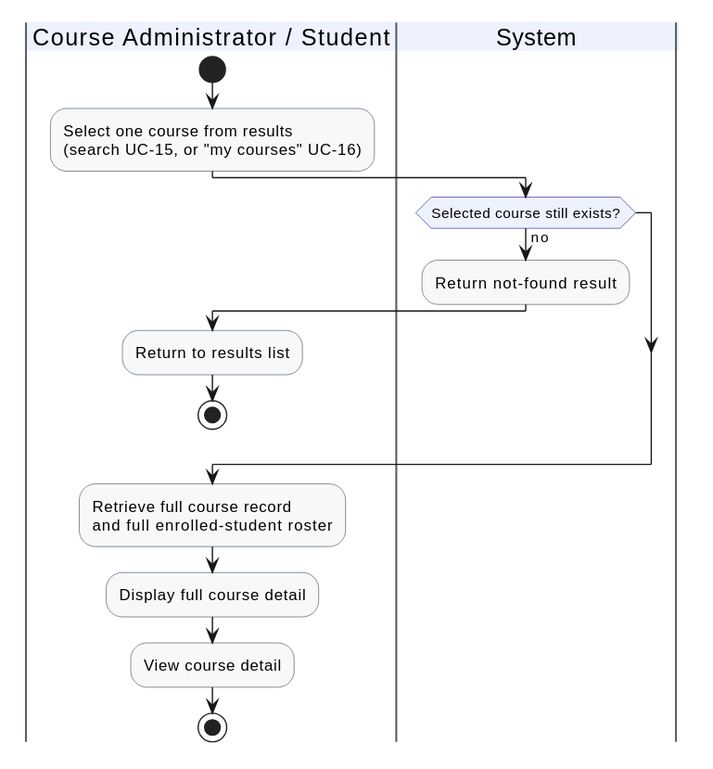
This is docs/BA-docs/activity-diagram-assets/uc19-view-course-detail.svg from phuchoang2005/Student-Management-System, a PlantUML export, as it was before one commit.
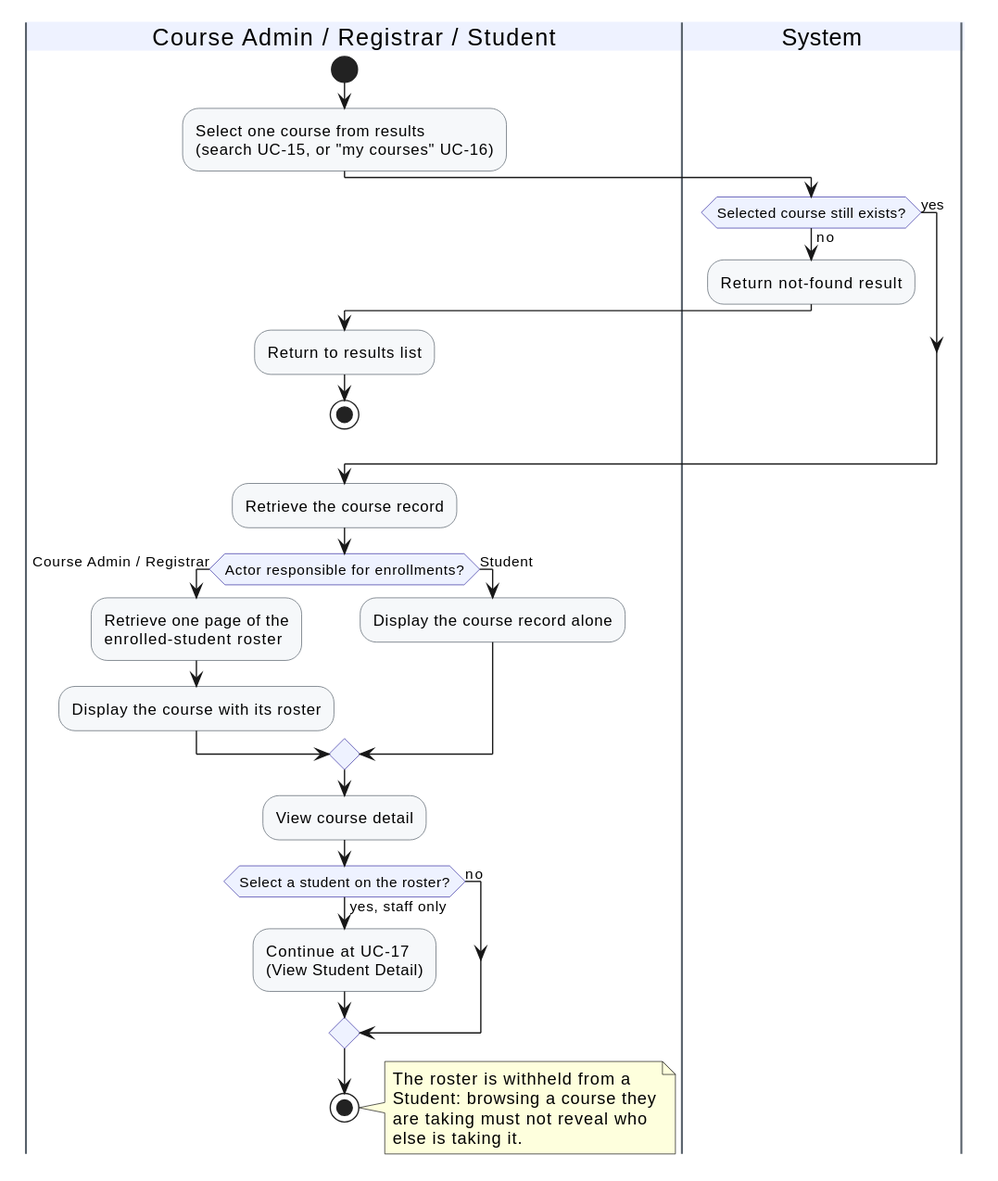
Above is the later version.

Diff of the diagram source:
```diff
@@ -11,21 +11,38 @@
   TitleBackgroundColor #EEF2FF
 }
 
-|Course Administrator / Student|
+|Course Admin / Registrar / Student|
 start
 :Select one course from results\n(search UC-15, or "my courses" UC-16);
 
 |System|
 if (Selected course still exists?) then (no)
   :Return not-found result;
-  |Course Administrator / Student|
+  |Course Admin / Registrar / Student|
   :Return to results list;
   stop
+else (yes)
 endif
-:Retrieve full course record\nand full enrolled-student roster;
-:Display full course detail;
+:Retrieve the course record;
+if (Actor responsible for enrollments?) then (Course Admin / Registrar)
+  :Retrieve one page of the\nenrolled-student roster;
+  :Display the course with its roster;
+else (Student)
+  :Display the course record alone;
+endif
 
-|Course Administrator / Student|
+|Course Admin / Registrar / Student|
 :View course detail;
+if (Select a student on the roster?) then (yes, staff only)
+  :Continue at UC-17\n(View Student Detail);
+else (no)
+endif
 stop
+
+note right
+  The roster is withheld from a
+  Student: browsing a course they
+  are taking must not reveal who
+  else is taking it.
+end note
 @enduml
```
